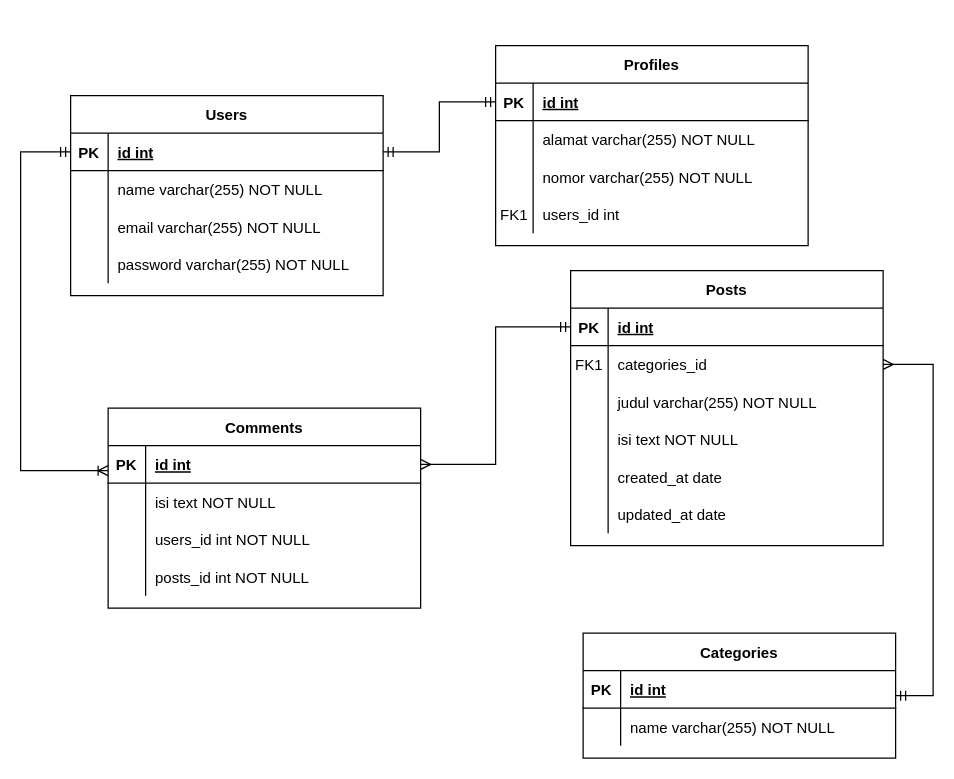
The draw.io diagram public/img/ERD.drawio in dioreyhans/Forum, before the edit. Source tidied: cells renumbered, new cells numbered last; positions are measured from the earlier drawing's top-left corner, leaving out a move shared by most shapes. Both pictures are drawn from the tidied source at 125%, with x=0, y=0 at pixel (20, 45).
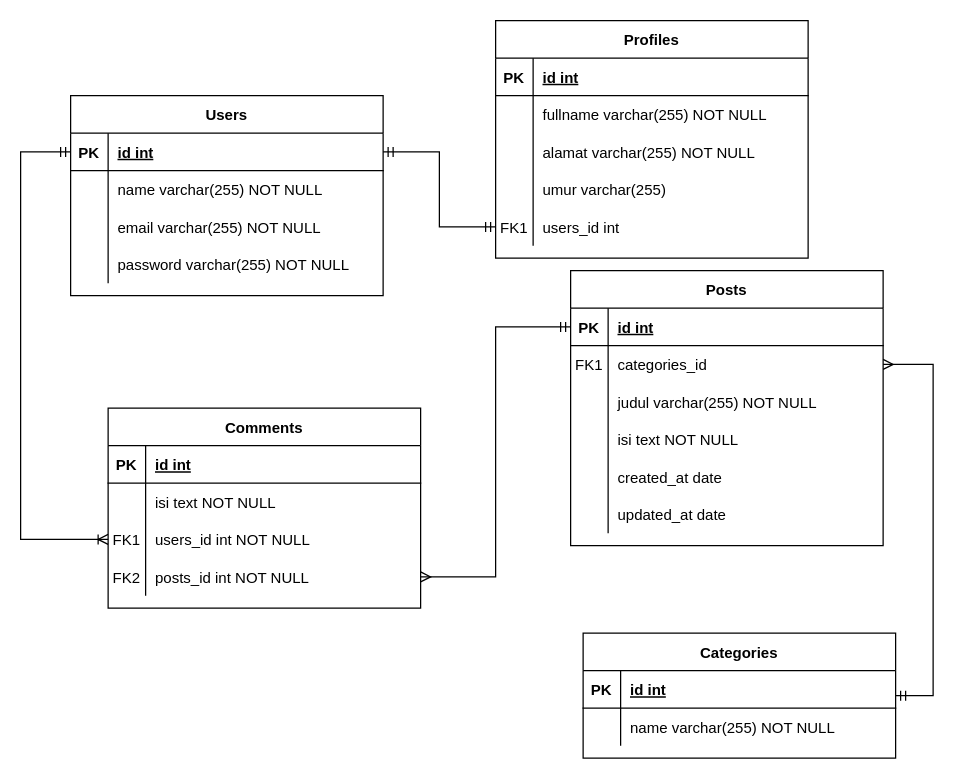
After the change.

Unchanged cells that the change refers to:
```xml
<mxCell id="3" style="shape=partialRectangle;fillColor=none;points=[[0,0.5],[1,0.5]];portConstraint=eastwest;top=0;left=0;right=0;bottom=1;" parent="2" vertex="1">
  <mxGeometry y="30" width="250" height="30" as="geometry" />
</mxCell>
<mxCell id="22" style="shape=partialRectangle;fillColor=none;points=[[0,0.5],[1,0.5]];portConstraint=eastwest;top=0;left=0;right=0;bottom=1;" parent="21" vertex="1">
  <mxGeometry y="30" width="250" height="30" as="geometry" />
</mxCell>
<mxCell id="28" style="shape=partialRectangle;fillColor=none;points=[[0,0.5],[1,0.5]];portConstraint=eastwest;top=0;left=0;right=0;bottom=0;" parent="21" vertex="1">
  <mxGeometry y="90" width="250" height="30" as="geometry" />
</mxCell>
<mxCell id="31" style="shape=partialRectangle;fillColor=none;points=[[0,0.5],[1,0.5]];portConstraint=eastwest;top=0;left=0;right=0;bottom=0;" parent="21" vertex="1">
  <mxGeometry y="120" width="250" height="30" as="geometry" />
</mxCell>
<mxCell id="35" style="shape=partialRectangle;fillColor=none;points=[[0,0.5],[1,0.5]];portConstraint=eastwest;top=0;left=0;right=0;bottom=1;" parent="34" vertex="1">
  <mxGeometry y="30" width="250" height="30" as="geometry" />
</mxCell>
<mxCell id="48" style="shape=partialRectangle;fillColor=none;points=[[0,0.5],[1,0.5]];portConstraint=eastwest;top=0;left=0;right=0;bottom=1;" parent="47" vertex="1">
  <mxGeometry y="30" width="250" height="30" as="geometry" />
</mxCell>
<mxCell id="51" style="shape=partialRectangle;fillColor=none;top=0;left=0;right=0;bottom=0;" parent="47" vertex="1">
  <mxGeometry y="60" width="250" height="30" as="geometry" />
</mxCell>
<mxCell id="54" style="shape=partialRectangle;fillColor=none;top=0;left=0;right=0;bottom=0;" parent="47" vertex="1">
  <mxGeometry y="90" width="250" height="30" as="geometry" />
</mxCell>
<mxCell id="57" style="shape=partialRectangle;fillColor=none;top=0;left=0;right=0;bottom=0;" parent="47" vertex="1">
  <mxGeometry y="120" width="250" height="30" as="geometry" />
</mxCell>
```

Diff of the diagram source:
```diff
@@
-    <mxCell id="29" style="shape=partialRectangle;overflow=hidden;fillColor=none;top=0;left=0;bottom=0;right=0;" parent="28" vertex="1">
+    <mxCell id="29" value="FK1" style="shape=partialRectangle;overflow=hidden;fillColor=none;top=0;left=0;bottom=0;right=0;" parent="28" vertex="1">
       <mxGeometry width="30" height="30" as="geometry" />
     </mxCell>
@@
-    <mxCell id="32" style="shape=partialRectangle;overflow=hidden;fillColor=none;top=0;left=0;bottom=0;right=0;" parent="31" vertex="1">
+    <mxCell id="32" value="FK2" style="shape=partialRectangle;overflow=hidden;fillColor=none;top=0;left=0;bottom=0;right=0;" parent="31" vertex="1">
       <mxGeometry width="30" height="30" as="geometry" />
     </mxCell>
@@
     <mxCell id="47" value="Profiles" style="shape=table;startSize=30;childLayout=tableLayout;rowLines=0;fontStyle=1;align=center;" parent="1" vertex="1">
-      <mxGeometry x="380" width="250" height="160" as="geometry" />
+      <mxGeometry x="380" y="-20" width="250" height="190" as="geometry" />
     </mxCell>
@@
-    <mxCell id="53" value="alamat varchar(255) NOT NULL" style="shape=partialRectangle;overflow=hidden;fillColor=none;top=0;left=0;bottom=0;right=0;align=left;spacingLeft=6;" parent="51" vertex="1">
+    <mxCell id="53" value="fullname varchar(255) NOT NULL" style="shape=partialRectangle;overflow=hidden;fillColor=none;top=0;left=0;bottom=0;right=0;align=left;spacingLeft=6;" parent="51" vertex="1">
       <mxGeometry x="30" width="220" height="30" as="geometry" />
     </mxCell>
@@
-    <mxCell id="56" value="nomor varchar(255) NOT NULL" style="shape=partialRectangle;overflow=hidden;fillColor=none;top=0;left=0;bottom=0;right=0;align=left;spacingLeft=6;" parent="54" vertex="1">
+    <mxCell id="56" value="alamat varchar(255) NOT NULL" style="shape=partialRectangle;overflow=hidden;fillColor=none;top=0;left=0;bottom=0;right=0;align=left;spacingLeft=6;" parent="54" vertex="1">
       <mxGeometry x="30" width="220" height="30" as="geometry" />
     </mxCell>
@@
-    <mxCell id="58" value="FK1" style="shape=partialRectangle;overflow=hidden;fillColor=none;top=0;left=0;bottom=0;right=0;" parent="57" vertex="1">
+    <mxCell id="58" style="shape=partialRectangle;overflow=hidden;fillColor=none;top=0;left=0;bottom=0;right=0;" parent="57" vertex="1">
       <mxGeometry width="30" height="30" as="geometry" />
     </mxCell>
-    <mxCell id="59" value="users_id int" style="shape=partialRectangle;overflow=hidden;fillColor=none;top=0;left=0;bottom=0;right=0;align=left;spacingLeft=6;" parent="57" vertex="1">
+    <mxCell id="59" value="umur varchar(255)" style="shape=partialRectangle;overflow=hidden;fillColor=none;top=0;left=0;bottom=0;right=0;align=left;spacingLeft=6;" parent="57" vertex="1">
       <mxGeometry x="30" width="220" height="30" as="geometry" />
     </mxCell>
+    <mxCell id="71" style="shape=partialRectangle;fillColor=none;points=[[0,0.5],[1,0.5]];portConstraint=eastwest;top=0;left=0;right=0;bottom=0;" parent="47" vertex="1">
+      <mxGeometry y="150" width="250" height="30" as="geometry" />
+    </mxCell>
+    <mxCell id="72" value="FK1" style="shape=partialRectangle;overflow=hidden;fillColor=none;top=0;left=0;bottom=0;right=0;" parent="71" vertex="1">
+      <mxGeometry width="30" height="30" as="geometry" />
+    </mxCell>
+    <mxCell id="73" value="users_id int" style="shape=partialRectangle;overflow=hidden;fillColor=none;top=0;left=0;bottom=0;right=0;align=left;spacingLeft=6;" parent="71" vertex="1">
+      <mxGeometry x="30" width="220" height="30" as="geometry" />
+    </mxCell>
@@
-    <mxCell id="68" style="edgeStyle=orthogonalEdgeStyle;rounded=0;jettySize=auto;html=1;entryX=0;entryY=0.5;entryDx=0;entryDy=0;endArrow=ERmandOne;endFill=0;startArrow=ERmandOne;startFill=0;" parent="1" edge="1" source="35" target="48">
+    <mxCell id="68" style="edgeStyle=orthogonalEdgeStyle;rounded=0;jettySize=auto;html=1;entryX=0;entryY=0.5;entryDx=0;entryDy=0;endArrow=ERmandOne;endFill=0;startArrow=ERmandOne;startFill=0;" parent="1" edge="1" source="35" target="71">
       <mxGeometry relative="1" as="geometry" />
     </mxCell>
-    <mxCell id="69" style="edgeStyle=orthogonalEdgeStyle;rounded=0;jettySize=auto;html=1;startArrow=ERmandOne;startFill=0;endArrow=ERmany;endFill=0;entryX=1;entryY=0.5;entryDx=0;entryDy=0;" parent="1" edge="1" source="3" target="22">
+    <mxCell id="69" style="edgeStyle=orthogonalEdgeStyle;rounded=0;jettySize=auto;html=1;startArrow=ERmandOne;startFill=0;endArrow=ERmany;endFill=0;entryX=1;entryY=0.5;entryDx=0;entryDy=0;" parent="1" edge="1" source="3" target="31">
       <mxGeometry relative="1" as="geometry" />
     </mxCell>
-    <mxCell id="70" style="edgeStyle=orthogonalEdgeStyle;rounded=0;jettySize=auto;html=1;startArrow=ERmandOne;startFill=0;endArrow=ERoneToMany;endFill=0;exitX=0;exitY=0.5;exitDx=0;exitDy=0;" parent="1" edge="1" source="35">
+    <mxCell id="70" style="edgeStyle=orthogonalEdgeStyle;rounded=0;jettySize=auto;html=1;startArrow=ERmandOne;startFill=0;endArrow=ERoneToMany;endFill=0;exitX=0;exitY=0.5;exitDx=0;exitDy=0;entryX=0;entryY=0.5;entryDx=0;entryDy=0;" parent="1" edge="1" source="35" target="28">
       <mxGeometry relative="1" as="geometry">
-        <mxPoint x="70" y="340" as="targetPoint" />
         <Array as="points">
           <mxPoint y="85" />
-          <mxPoint y="340" />
+          <mxPoint y="395" />
         </Array>
       </mxGeometry>
     </mxCell>
```
